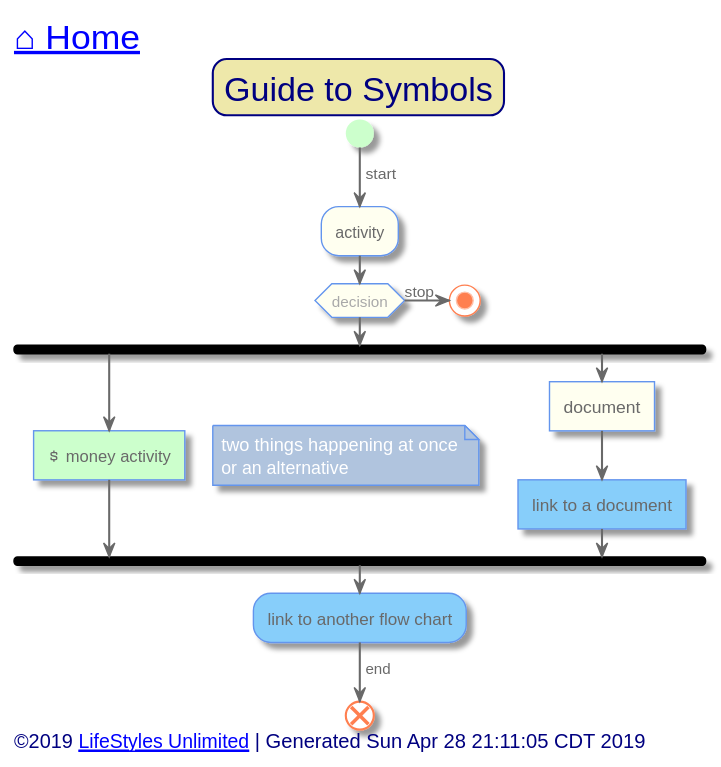
Above: out/src/common/symbol-guide.svg in toddmo/lifestylesunlimited (PlantUML), before the change.
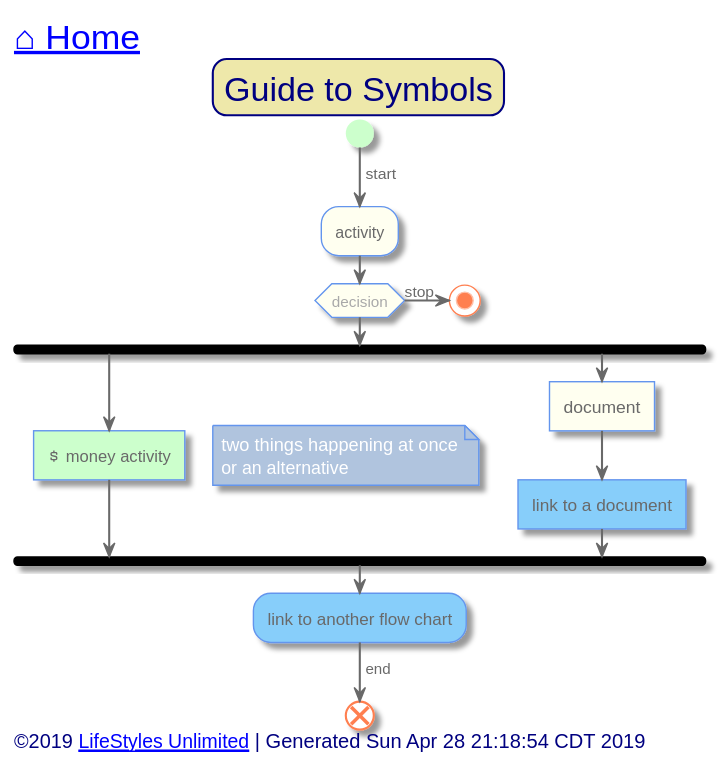
The same diagram one commit later.

What changed in the source:
```diff
@@ -102,7 +102,7 @@
 
 
 left footer
-	<font size=14>©2019 [[http://www.lifestylesunlimited.com LifeStyles Unlimited]] | Generated Sun Apr 28 21:11:05 CDT 2019</font>
+	<font size=14>©2019 [[http://www.lifestylesunlimited.com LifeStyles Unlimited]] | Generated Sun Apr 28 21:18:54 CDT 2019</font>
 endfooter
 
 
```
